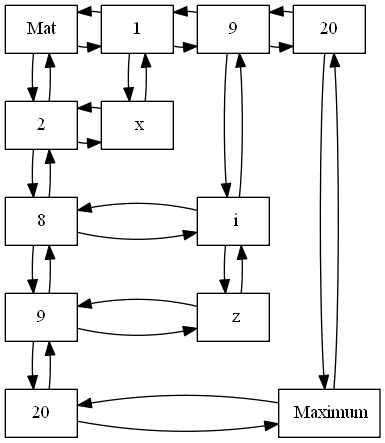
Before: Matriz.png, a diagram exported from Graphviz (AdriGomez95/EDD_1S2020_PY1_201504236-master). Its source is kept beside it as Matriz.dot. The source it was exported from:
```dot
digraph Matriz {
 node[shape=box];
"Mat""columna1"[label="1"];
"columna9"[label="9"];
"columna20"[label="20"];
"fila2"[label="2"]
"fila8"[label="8"]
"fila9"[label="9"]
"fila20"[label="20"]
"nodo21"[label=" x"];
"nodo89"[label=" i"];
"nodo99"[label=" z"];
"nodo2020"[label=" Maximum"];
{rank=min;"Mat";"columna1";"columna9";"columna20";};
{rank=same;"fila2";"nodo21";};
{rank=same;"fila8";"nodo89";};
{rank=same;"fila9";"nodo99";};
{rank=same;"fila20";"nodo2020";};
"fila2"->"nodo21"[constraint=false];
"nodo21"->"fila2"[constraint=false];
"fila8"->"nodo89"[constraint=false];
"nodo89"->"fila8"[constraint=false];
"fila9"->"nodo99"[constraint=false];
"nodo99"->"fila9"[constraint=false];
"fila20"->"nodo2020"[constraint=false];
"nodo2020"->"fila20"[constraint=false];
"Mat"->"columna1";
"columna1"->"Mat";
"columna1"->"columna9";
"columna9"->"columna20";
"columna20"->"columna9"[constraint=false];
"columna9"->"columna1"[constraint=false];
"Mat"->"fila2"[rankdir=UD];
"fila2"->"Mat";
"fila2"->"fila8"[rankdir=UD];
"fila8"->"fila9"[rankdir=UD];
"fila9"->"fila20"[rankdir=UD];
"fila20"->"fila9"[constraint=false];
"fila9"->"fila8"[constraint=false];
"fila8"->"fila2"[constraint=false];
"columna1"->"nodo21"[rankdir=UD];
"nodo21"->"columna1"[rankdir=UD];
"columna9"->"nodo89"[rankdir=UD];
"nodo89"->"columna9"[rankdir=UD];
"nodo89"->"nodo99"[rankdir=UD];
"nodo99"->"nodo89"[rankdir=UD];
"columna20"->"nodo2020"[rankdir=UD];
"nodo2020"->"columna20"[rankdir=UD];

}
```
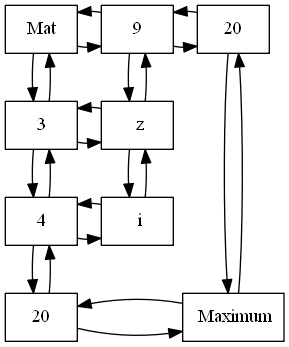
Above is the later version.

The edit, as a diff of the source:
```diff
@@ -1,49 +1,37 @@
 digraph Matriz {
  node[shape=box];
-"Mat""columna1"[label="1"];
-"columna9"[label="9"];
+"Mat""columna9"[label="9"];
 "columna20"[label="20"];
-"fila2"[label="2"]
-"fila8"[label="8"]
-"fila9"[label="9"]
+"fila3"[label="3"]
+"fila4"[label="4"]
 "fila20"[label="20"]
-"nodo21"[label=" x"];
-"nodo89"[label=" i"];
-"nodo99"[label=" z"];
+"nodo39"[label=" z"];
+"nodo49"[label=" i"];
 "nodo2020"[label=" Maximum"];
-{rank=min;"Mat";"columna1";"columna9";"columna20";};
-{rank=same;"fila2";"nodo21";};
-{rank=same;"fila8";"nodo89";};
-{rank=same;"fila9";"nodo99";};
+{rank=min;"Mat";"columna9";"columna20";};
+{rank=same;"fila3";"nodo39";};
+{rank=same;"fila4";"nodo49";};
 {rank=same;"fila20";"nodo2020";};
-"fila2"->"nodo21"[constraint=false];
-"nodo21"->"fila2"[constraint=false];
-"fila8"->"nodo89"[constraint=false];
-"nodo89"->"fila8"[constraint=false];
-"fila9"->"nodo99"[constraint=false];
-"nodo99"->"fila9"[constraint=false];
+"fila3"->"nodo39"[constraint=false];
+"nodo39"->"fila3"[constraint=false];
+"fila4"->"nodo49"[constraint=false];
+"nodo49"->"fila4"[constraint=false];
 "fila20"->"nodo2020"[constraint=false];
 "nodo2020"->"fila20"[constraint=false];
-"Mat"->"columna1";
-"columna1"->"Mat";
-"columna1"->"columna9";
+"Mat"->"columna9";
+"columna9"->"Mat";
 "columna9"->"columna20";
 "columna20"->"columna9"[constraint=false];
-"columna9"->"columna1"[constraint=false];
-"Mat"->"fila2"[rankdir=UD];
-"fila2"->"Mat";
-"fila2"->"fila8"[rankdir=UD];
-"fila8"->"fila9"[rankdir=UD];
-"fila9"->"fila20"[rankdir=UD];
-"fila20"->"fila9"[constraint=false];
-"fila9"->"fila8"[constraint=false];
-"fila8"->"fila2"[constraint=false];
-"columna1"->"nodo21"[rankdir=UD];
-"nodo21"->"columna1"[rankdir=UD];
-"columna9"->"nodo89"[rankdir=UD];
-"nodo89"->"columna9"[rankdir=UD];
-"nodo89"->"nodo99"[rankdir=UD];
-"nodo99"->"nodo89"[rankdir=UD];
+"Mat"->"fila3"[rankdir=UD];
+"fila3"->"Mat";
+"fila3"->"fila4"[rankdir=UD];
+"fila4"->"fila20"[rankdir=UD];
+"fila20"->"fila4"[constraint=false];
+"fila4"->"fila3"[constraint=false];
+"columna9"->"nodo39"[rankdir=UD];
+"nodo39"->"columna9"[rankdir=UD];
+"nodo39"->"nodo49"[rankdir=UD];
+"nodo49"->"nodo39"[rankdir=UD];
 "columna20"->"nodo2020"[rankdir=UD];
 "nodo2020"->"columna20"[rankdir=UD];
 
```
